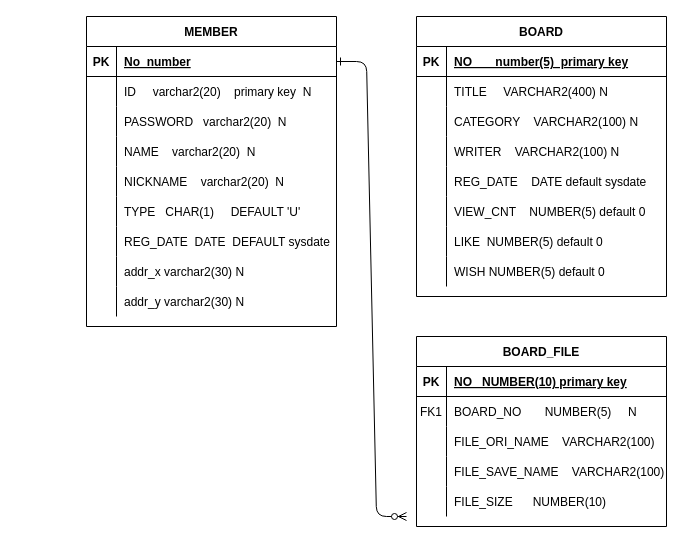
The draw.io diagram Untitled Diagram.drawio in jypark4205/Guham, before the edit. Source tidied: cells renumbered, new cells numbered last; positions are measured from the earlier drawing's top-left corner, leaving out a move shared by most shapes. Both pictures are drawn from the tidied source at 100%, with x=0, y=0 at pixel (86, 16).
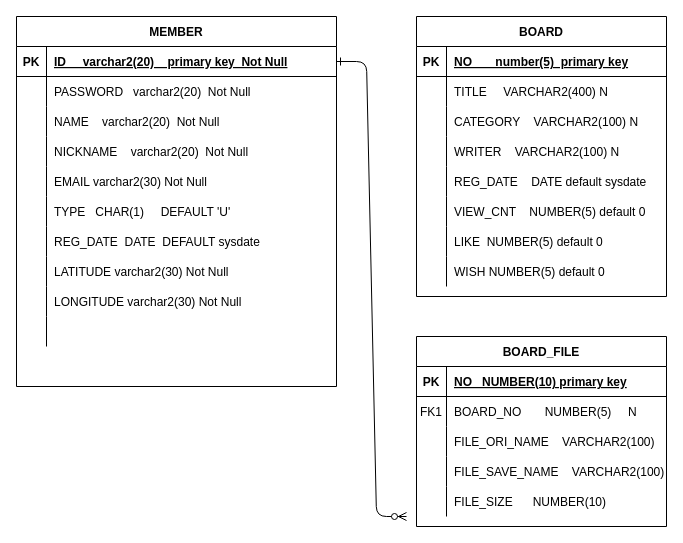
After the change.

What changed in the source:
```diff
@@
     <mxCell id="28" value="MEMBER" style="shape=table;startSize=30;childLayout=tableLayout;rowLines=0;fontStyle=1;align=center;" parent="1" vertex="1">
-      <mxGeometry width="250" height="310" as="geometry" />
+      <mxGeometry x="-70" width="320" height="370" as="geometry" />
     </mxCell>
     <mxCell id="29" style="shape=partialRectangle;fillColor=none;points=[[0,0.5],[1,0.5]];portConstraint=eastwest;top=0;left=0;right=0;bottom=1;" parent="28" vertex="1">
-      <mxGeometry y="30" width="250" height="30" as="geometry" />
+      <mxGeometry y="30" width="320" height="30" as="geometry" />
     </mxCell>
@@
-    <mxCell id="31" value="No  number " style="shape=partialRectangle;overflow=hidden;fillColor=none;top=0;left=0;bottom=0;right=0;align=left;spacingLeft=6;fontStyle=5;" parent="29" vertex="1">
-      <mxGeometry x="30" width="220" height="30" as="geometry" />
+    <mxCell id="31" value="ID     varchar2(20)    primary key  Not Null" style="shape=partialRectangle;overflow=hidden;fillColor=none;top=0;left=0;bottom=0;right=0;align=left;spacingLeft=6;fontStyle=5;" parent="29" vertex="1">
+      <mxGeometry x="30" width="290" height="30" as="geometry" />
     </mxCell>
-    <mxCell id="32" style="shape=partialRectangle;fillColor=none;top=0;left=0;right=0;bottom=0;" parent="28" vertex="1">
-      <mxGeometry y="60" width="250" height="30" as="geometry" />
-    </mxCell>
-    <mxCell id="33" style="shape=partialRectangle;overflow=hidden;fillColor=none;top=0;left=0;bottom=0;right=0;" parent="32" vertex="1">
-      <mxGeometry width="30" height="30" as="geometry" />
-    </mxCell>
-    <mxCell id="34" value="ID     varchar2(20)    primary key  N" style="shape=partialRectangle;overflow=hidden;fillColor=none;top=0;left=0;bottom=0;right=0;align=left;spacingLeft=6;" parent="32" vertex="1">
-      <mxGeometry x="30" width="220" height="30" as="geometry" />
-    </mxCell>
     <mxCell id="35" style="shape=partialRectangle;fillColor=none;top=0;left=0;right=0;bottom=0;" parent="28" vertex="1">
-      <mxGeometry y="90" width="250" height="30" as="geometry" />
+      <mxGeometry y="60" width="320" height="30" as="geometry" />
     </mxCell>
@@
-    <mxCell id="37" value="PASSWORD   varchar2(20)  N" style="shape=partialRectangle;overflow=hidden;fillColor=none;top=0;left=0;bottom=0;right=0;align=left;spacingLeft=6;" parent="35" vertex="1">
-      <mxGeometry x="30" width="220" height="30" as="geometry" />
+    <mxCell id="37" value="PASSWORD   varchar2(20)  Not Null" style="shape=partialRectangle;overflow=hidden;fillColor=none;top=0;left=0;bottom=0;right=0;align=left;spacingLeft=6;" parent="35" vertex="1">
+      <mxGeometry x="30" width="290" height="30" as="geometry" />
     </mxCell>
     <mxCell id="38" style="shape=partialRectangle;fillColor=none;top=0;left=0;right=0;bottom=0;" parent="28" vertex="1">
-      <mxGeometry y="120" width="250" height="30" as="geometry" />
+      <mxGeometry y="90" width="320" height="30" as="geometry" />
     </mxCell>
@@
-    <mxCell id="40" value="NAME    varchar2(20)  N" style="shape=partialRectangle;overflow=hidden;fillColor=none;top=0;left=0;bottom=0;right=0;align=left;spacingLeft=6;" parent="38" vertex="1">
-      <mxGeometry x="30" width="220" height="30" as="geometry" />
+    <mxCell id="40" value="NAME    varchar2(20)  Not Null" style="shape=partialRectangle;overflow=hidden;fillColor=none;top=0;left=0;bottom=0;right=0;align=left;spacingLeft=6;" parent="38" vertex="1">
+      <mxGeometry x="30" width="290" height="30" as="geometry" />
     </mxCell>
     <mxCell id="41" style="shape=partialRectangle;fillColor=none;top=0;left=0;right=0;bottom=0;" parent="28" vertex="1">
-      <mxGeometry y="150" width="250" height="30" as="geometry" />
+      <mxGeometry y="120" width="320" height="30" as="geometry" />
     </mxCell>
@@
-    <mxCell id="43" value="NICKNAME    varchar2(20)  N" style="shape=partialRectangle;overflow=hidden;fillColor=none;top=0;left=0;bottom=0;right=0;align=left;spacingLeft=6;" parent="41" vertex="1">
-      <mxGeometry x="30" width="220" height="30" as="geometry" />
+    <mxCell id="43" value="NICKNAME    varchar2(20)  Not Null" style="shape=partialRectangle;overflow=hidden;fillColor=none;top=0;left=0;bottom=0;right=0;align=left;spacingLeft=6;" parent="41" vertex="1">
+      <mxGeometry x="30" width="290" height="30" as="geometry" />
     </mxCell>
+    <mxCell id="72" style="shape=partialRectangle;fillColor=none;top=0;left=0;right=0;bottom=0;" parent="28" vertex="1">
+      <mxGeometry y="150" width="320" height="30" as="geometry" />
+    </mxCell>
+    <mxCell id="73" style="shape=partialRectangle;overflow=hidden;fillColor=none;top=0;left=0;bottom=0;right=0;" parent="72" vertex="1">
+      <mxGeometry width="30" height="30" as="geometry" />
+    </mxCell>
+    <mxCell id="74" value="EMAIL varchar2(30) Not Null" style="shape=partialRectangle;overflow=hidden;fillColor=none;top=0;left=0;bottom=0;right=0;align=left;spacingLeft=6;" parent="72" vertex="1">
+      <mxGeometry x="30" width="290" height="30" as="geometry" />
+    </mxCell>
     <mxCell id="44" style="shape=partialRectangle;fillColor=none;top=0;left=0;right=0;bottom=0;" parent="28" vertex="1">
-      <mxGeometry y="180" width="250" height="30" as="geometry" />
+      <mxGeometry y="180" width="320" height="30" as="geometry" />
     </mxCell>
@@
     <mxCell id="46" value="TYPE   CHAR(1)     DEFAULT 'U'" style="shape=partialRectangle;overflow=hidden;fillColor=none;top=0;left=0;bottom=0;right=0;align=left;spacingLeft=6;" parent="44" vertex="1">
-      <mxGeometry x="30" width="220" height="30" as="geometry" />
+      <mxGeometry x="30" width="290" height="30" as="geometry" />
     </mxCell>
     <mxCell id="47" style="shape=partialRectangle;fillColor=none;top=0;left=0;right=0;bottom=0;" parent="28" vertex="1">
-      <mxGeometry y="210" width="250" height="30" as="geometry" />
+      <mxGeometry y="210" width="320" height="30" as="geometry" />
     </mxCell>
@@
     <mxCell id="49" value="REG_DATE  DATE  DEFAULT sysdate" style="shape=partialRectangle;overflow=hidden;fillColor=none;top=0;left=0;bottom=0;right=0;align=left;spacingLeft=6;" parent="47" vertex="1">
-      <mxGeometry x="30" width="220" height="30" as="geometry" />
+      <mxGeometry x="30" width="290" height="30" as="geometry" />
     </mxCell>
     <mxCell id="50" style="shape=partialRectangle;fillColor=none;top=0;left=0;right=0;bottom=0;" parent="28" vertex="1">
-      <mxGeometry y="240" width="250" height="30" as="geometry" />
+      <mxGeometry y="240" width="320" height="30" as="geometry" />
     </mxCell>
@@
-    <mxCell id="52" value="addr_x varchar2(30) N" style="shape=partialRectangle;overflow=hidden;fillColor=none;top=0;left=0;bottom=0;right=0;align=left;spacingLeft=6;" parent="50" vertex="1">
-      <mxGeometry x="30" width="220" height="30" as="geometry" />
+    <mxCell id="52" value="LATITUDE varchar2(30) Not Null" style="shape=partialRectangle;overflow=hidden;fillColor=none;top=0;left=0;bottom=0;right=0;align=left;spacingLeft=6;" parent="50" vertex="1">
+      <mxGeometry x="30" width="290" height="30" as="geometry" />
     </mxCell>
     <mxCell id="53" style="shape=partialRectangle;fillColor=none;top=0;left=0;right=0;bottom=0;" parent="28" vertex="1">
-      <mxGeometry y="270" width="250" height="30" as="geometry" />
+      <mxGeometry y="270" width="320" height="30" as="geometry" />
     </mxCell>
@@
-    <mxCell id="55" value="addr_y varchar2(30) N" style="shape=partialRectangle;overflow=hidden;fillColor=none;top=0;left=0;bottom=0;right=0;align=left;spacingLeft=6;" parent="53" vertex="1">
-      <mxGeometry x="30" width="220" height="30" as="geometry" />
+    <mxCell id="55" value="LONGITUDE varchar2(30) Not Null" style="shape=partialRectangle;overflow=hidden;fillColor=none;top=0;left=0;bottom=0;right=0;align=left;spacingLeft=6;" parent="53" vertex="1">
+      <mxGeometry x="30" width="290" height="30" as="geometry" />
     </mxCell>
+    <mxCell id="75" style="shape=partialRectangle;fillColor=none;top=0;left=0;right=0;bottom=0;" parent="28" vertex="1">
+      <mxGeometry y="300" width="320" height="30" as="geometry" />
+    </mxCell>
+    <mxCell id="76" style="shape=partialRectangle;overflow=hidden;fillColor=none;top=0;left=0;bottom=0;right=0;" parent="75" vertex="1">
+      <mxGeometry width="30" height="30" as="geometry" />
+    </mxCell>
+    <mxCell id="77" style="shape=partialRectangle;overflow=hidden;fillColor=none;top=0;left=0;bottom=0;right=0;align=left;spacingLeft=6;" parent="75" vertex="1">
+      <mxGeometry x="30" width="290" height="30" as="geometry" />
+    </mxCell>
```
